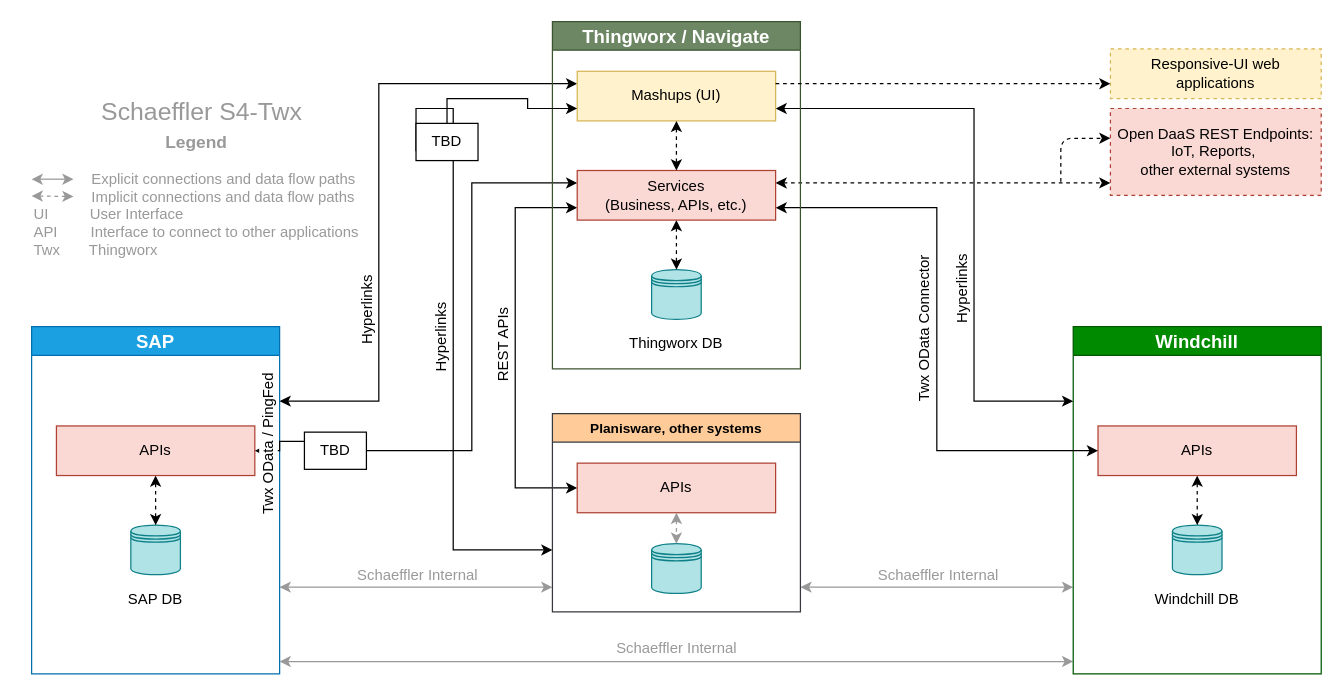
Before: page "Page-1" (1 of 2) of Diagrams/Architecture.drawio in siddarthamudhu/Schaeffler, a draw.io diagram. Source tidied: cells renumbered, new cells numbered last; positions are measured from the earlier drawing's top-left corner, leaving out a move shared by most shapes. Both pictures are drawn from the tidied source at 124%, with x=0, y=0 at pixel (31, 21).
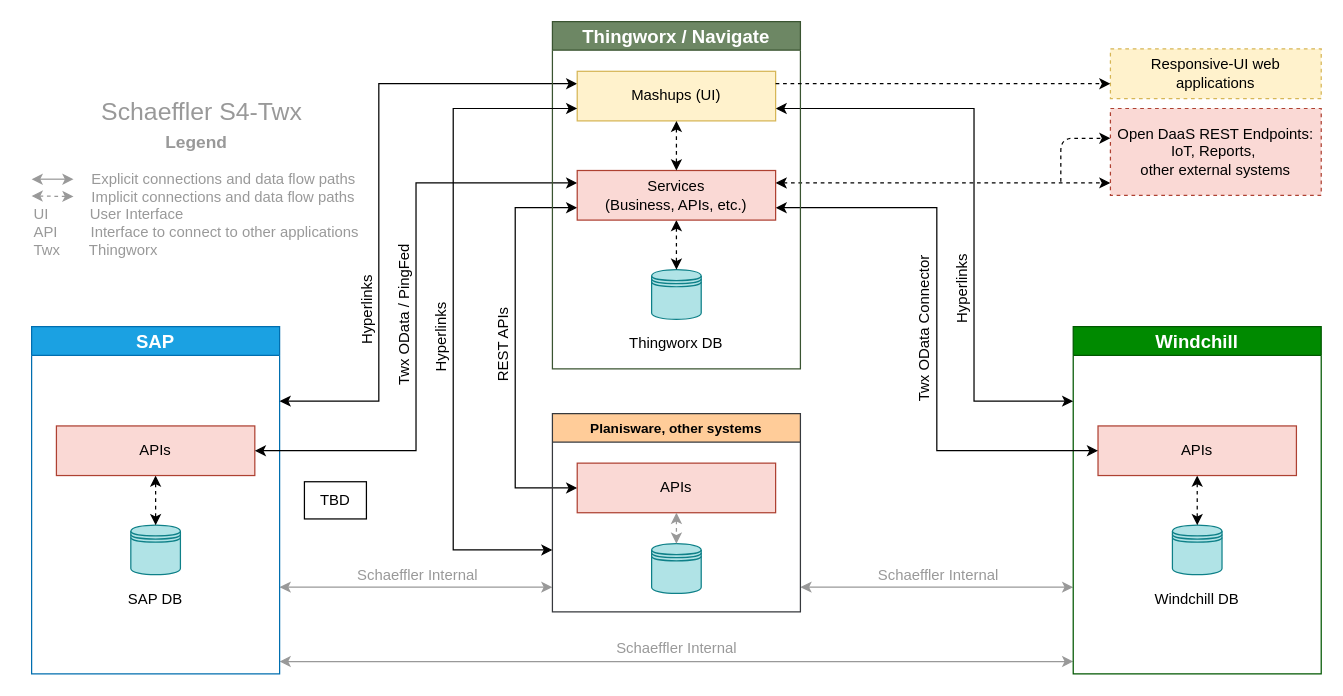
The same diagram, later.

The change refers to these unchanged cells:
```xml
<mxCell id="8" value="APIs" style="text;html=1;fillColor=#fad9d5;align=center;verticalAlign=middle;whiteSpace=wrap;rounded=0;strokeColor=#ae4132;" parent="5" vertex="1">
  <mxGeometry x="20" y="80" width="160" height="40" as="geometry" />
</mxCell>
<mxCell id="38" value="Services&lt;br&gt;(Business, APIs, etc.)" style="text;html=1;fillColor=#fad9d5;align=center;verticalAlign=middle;whiteSpace=wrap;rounded=0;strokeColor=#ae4132;" parent="35" vertex="1">
  <mxGeometry x="20" y="120" width="160" height="40" as="geometry" />
</mxCell>
<mxCell id="40" value="Mashups (UI)" style="text;html=1;align=center;verticalAlign=middle;whiteSpace=wrap;rounded=0;strokeColor=#d6b656;fillColor=#fff2cc;" parent="34" vertex="1">
  <mxGeometry x="20" y="40" width="160" height="40" as="geometry" />
</mxCell>
```

Change to the diagram source:
```diff
@@
-    <mxCell id="17" style="edgeStyle=orthogonalEdgeStyle;rounded=0;jettySize=auto;html=1;entryX=0;entryY=0.25;entryDx=0;entryDy=0;fontColor=#f0f0f0;startArrow=none;startFill=1;" parent="1" edge="1" source="50" target="38">
+    <mxCell id="17" style="edgeStyle=orthogonalEdgeStyle;rounded=0;jettySize=auto;html=1;entryX=0;entryY=0.25;entryDx=0;entryDy=0;fontColor=#f0f0f0;startArrow=classic;startFill=1;" parent="1" edge="1" source="8" target="38">
       <mxGeometry relative="1" as="geometry" />
     </mxCell>
+    <mxCell id="52" value="&lt;font color=&quot;#000000&quot;&gt;Twx OData / PingFed&lt;/font&gt;" style="edgeLabel;html=1;align=center;verticalAlign=middle;rotation=-90;fontStyle=0;fontSize=12;fontColor=#990000;" parent="17" vertex="1">
+      <mxGeometry relative="1" as="geometry">
+        <mxPoint x="-10" as="offset" />
+      </mxGeometry>
+    </mxCell>
@@
+    <mxCell id="50" value="TBD" style="rounded=0;whiteSpace=wrap;html=1;" parent="1" vertex="1">
+      <mxGeometry x="220" y="371" width="50" height="30" as="geometry" />
+    </mxCell>
-    <mxCell id="48" style="edgeStyle=orthogonalEdgeStyle;rounded=0;jettySize=auto;html=1;exitX=0;exitY=0.75;exitDx=0;exitDy=0;startArrow=none;startFill=1;" parent="1" edge="1" source="53">
+    <mxCell id="48" style="edgeStyle=orthogonalEdgeStyle;rounded=0;jettySize=auto;html=1;exitX=0;exitY=0.75;exitDx=0;exitDy=0;startArrow=classic;startFill=1;" parent="1" edge="1" source="40">
       <mxGeometry relative="1" as="geometry">
         <mxPoint x="420" y="426" as="targetPoint" />
         <Array as="points">
           <mxPoint x="340" y="70" />
           <mxPoint x="340" y="426" />
         </Array>
       </mxGeometry>
     </mxCell>
@@
-    <mxCell id="50" value="TBD" style="rounded=0;whiteSpace=wrap;html=1;" parent="1" vertex="1">
-      <mxGeometry x="220" y="331" width="50" height="30" as="geometry" />
-    </mxCell>
-    <mxCell id="51" style="edgeStyle=orthogonalEdgeStyle;rounded=0;jettySize=auto;html=1;entryX=0;entryY=0.25;entryDx=0;entryDy=0;fontColor=#f0f0f0;startArrow=classic;startFill=1;endArrow=none;" parent="1" edge="1" source="8" target="50">
-      <mxGeometry relative="1" as="geometry" />
-    </mxCell>
-    <mxCell id="52" value="&lt;font color=&quot;#000000&quot;&gt;Twx OData / PingFed&lt;/font&gt;" style="edgeLabel;html=1;align=center;verticalAlign=middle;rotation=-90;fontStyle=0;fontSize=12;fontColor=#990000;" parent="51" vertex="1">
-      <mxGeometry relative="1" as="geometry">
-        <mxPoint x="-10" as="offset" />
-      </mxGeometry>
-    </mxCell>
-    <mxCell id="53" value="TBD" style="rounded=0;whiteSpace=wrap;html=1;" parent="1" vertex="1">
-      <mxGeometry x="310" y="82" width="50" height="30" as="geometry" />
-    </mxCell>
-    <mxCell id="54" style="edgeStyle=orthogonalEdgeStyle;rounded=0;jettySize=auto;html=1;exitX=0;exitY=0.75;exitDx=0;exitDy=0;startArrow=classic;startFill=1;endArrow=none;" parent="1" edge="1" source="40" target="53">
-      <mxGeometry relative="1" as="geometry" />
-    </mxCell>
```
